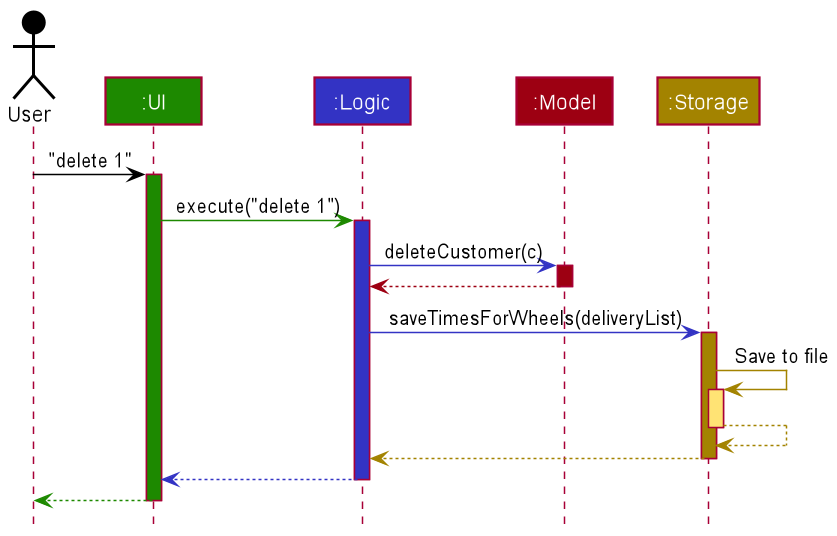
Earlier version of the PlantUML export docs/images/ArchitectureSequenceDiagram.png (nus-cs2103-AY2021S2/tp). Its diagram source:
```plantuml
@startuml
!include style.puml

Actor User as user USER_COLOR
Participant ":UI" as ui UI_COLOR
Participant ":Logic" as logic LOGIC_COLOR
Participant ":Model" as model MODEL_COLOR
Participant ":Storage" as storage STORAGE_COLOR

user -[USER_COLOR]> ui : "delete 1"
activate ui UI_COLOR

ui -[UI_COLOR]> logic : execute("delete 1")
activate logic LOGIC_COLOR

logic -[LOGIC_COLOR]> model : deleteCustomer(c)
activate model MODEL_COLOR

model -[MODEL_COLOR]-> logic
deactivate model

logic -[LOGIC_COLOR]> storage : saveTimesForWheels(deliveryList)
activate storage STORAGE_COLOR

storage -[STORAGE_COLOR]> storage : Save to file
activate storage STORAGE_COLOR_T1
storage --[STORAGE_COLOR]> storage
deactivate storage

storage --[STORAGE_COLOR]> logic
deactivate storage

logic --[LOGIC_COLOR]> ui
deactivate logic

ui--[UI_COLOR]> user
deactivate ui
@enduml
```
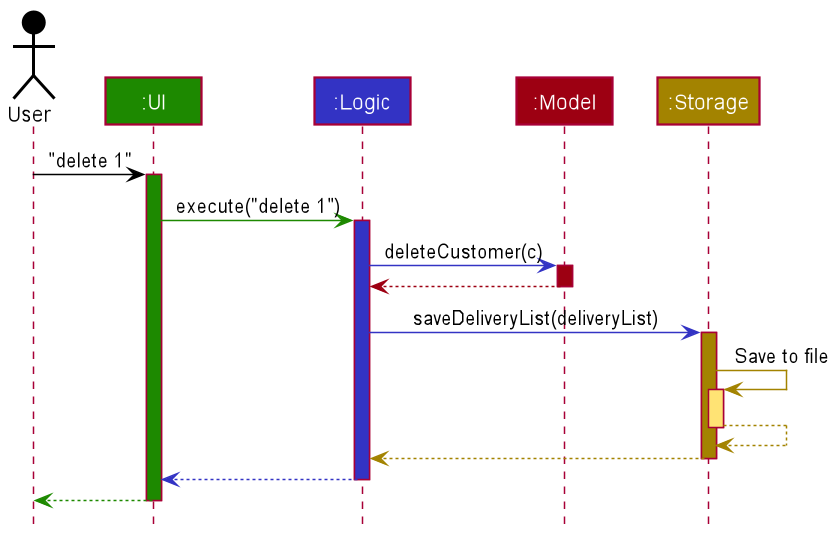
After the commit.

What changed in the source:
```diff
@@ -19,7 +19,7 @@
 model -[MODEL_COLOR]-> logic
 deactivate model
 
-logic -[LOGIC_COLOR]> storage : saveTimesForWheels(deliveryList)
+logic -[LOGIC_COLOR]> storage : saveDeliveryList(deliveryList)
 activate storage STORAGE_COLOR
 
 storage -[STORAGE_COLOR]> storage : Save to file
```
